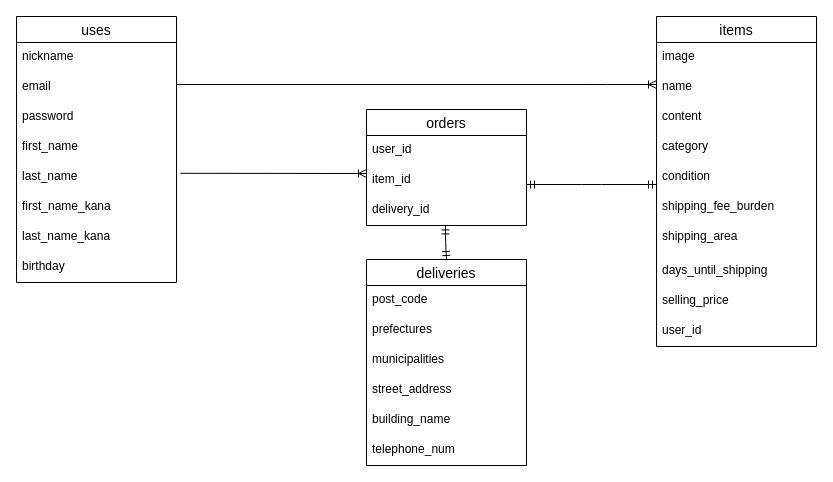
Before: .dio in mimimuu/furima-39854, a draw.io diagram. Source tidied: cells renumbered, new cells numbered last; positions are measured from the earlier drawing's top-left corner, leaving out a move shared by most shapes. Both pictures are drawn from the tidied source at 100%, with x=0, y=0 at pixel (16, 16).
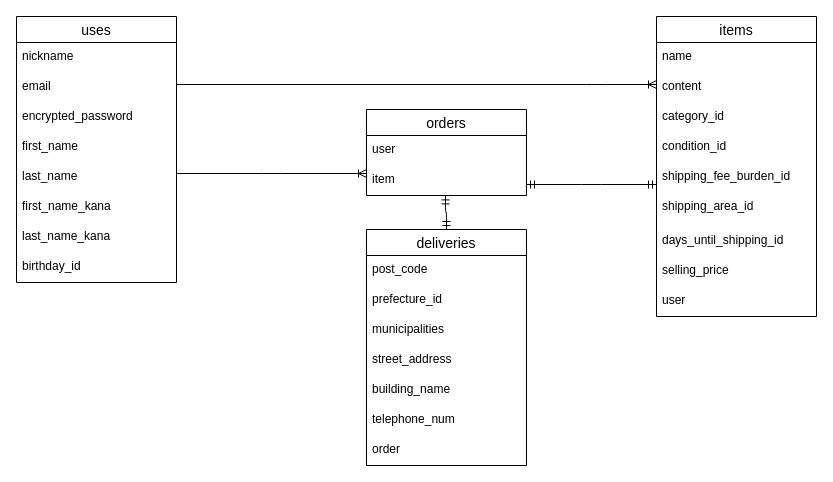
The same diagram, later.

Unchanged cells that the change refers to:
```xml
<mxCell id="2" value="uses" style="swimlane;fontStyle=0;horizontal=1;startSize=26;align=center;fontSize=14;" parent="1" vertex="1">
  <mxGeometry width="160" height="266" as="geometry" />
</mxCell>
```

Diff of the diagram source:
```diff
@@
-    <mxCell id="5" value="password" style="text;strokeColor=none;fillColor=none;spacingLeft=4;spacingRight=4;overflow=hidden;fontSize=12;" parent="2" vertex="1">
+    <mxCell id="5" value="encrypted_password" style="text;strokeColor=none;fillColor=none;spacingLeft=4;spacingRight=4;overflow=hidden;fontSize=12;" parent="2" vertex="1">
       <mxGeometry y="86" width="160" height="30" as="geometry" />
     </mxCell>
@@
-    <mxCell id="10" value="birthday" style="text;strokeColor=none;fillColor=none;spacingLeft=4;spacingRight=4;overflow=hidden;fontSize=12;" parent="2" vertex="1">
+    <mxCell id="10" value="birthday_id" style="text;strokeColor=none;fillColor=none;spacingLeft=4;spacingRight=4;overflow=hidden;fontSize=12;" parent="2" vertex="1">
       <mxGeometry y="236" width="160" height="30" as="geometry" />
     </mxCell>
     <mxCell id="11" value="items" style="swimlane;fontStyle=0;horizontal=1;startSize=26;align=center;fontSize=14;" parent="1" vertex="1">
-      <mxGeometry x="640" width="160" height="330" as="geometry" />
+      <mxGeometry x="640" width="160" height="300" as="geometry" />
     </mxCell>
-    <mxCell id="12" value="image   " style="text;strokeColor=none;fillColor=none;spacingLeft=4;spacingRight=4;overflow=hidden;fontSize=12;" parent="11" vertex="1">
-      <mxGeometry y="26" width="160" height="30" as="geometry" />
-    </mxCell>
     <mxCell id="13" value="name " style="text;strokeColor=none;fillColor=none;spacingLeft=4;spacingRight=4;overflow=hidden;fontSize=12;" parent="11" vertex="1">
-      <mxGeometry y="56" width="160" height="30" as="geometry" />
+      <mxGeometry y="26" width="160" height="30" as="geometry" />
     </mxCell>
     <mxCell id="14" value="content" style="text;strokeColor=none;fillColor=none;spacingLeft=4;spacingRight=4;overflow=hidden;fontSize=12;" parent="11" vertex="1">
-      <mxGeometry y="86" width="160" height="30" as="geometry" />
+      <mxGeometry y="56" width="160" height="30" as="geometry" />
     </mxCell>
-    <mxCell id="15" value="category" style="text;strokeColor=none;fillColor=none;spacingLeft=4;spacingRight=4;overflow=hidden;fontSize=12;" parent="11" vertex="1">
-      <mxGeometry y="116" width="160" height="30" as="geometry" />
+    <mxCell id="15" value="category_id" style="text;strokeColor=none;fillColor=none;spacingLeft=4;spacingRight=4;overflow=hidden;fontSize=12;" parent="11" vertex="1">
+      <mxGeometry y="86" width="160" height="30" as="geometry" />
     </mxCell>
-    <mxCell id="16" value="condition" style="text;strokeColor=none;fillColor=none;spacingLeft=4;spacingRight=4;overflow=hidden;fontSize=12;" parent="11" vertex="1">
-      <mxGeometry y="146" width="160" height="30" as="geometry" />
+    <mxCell id="16" value="condition_id" style="text;strokeColor=none;fillColor=none;spacingLeft=4;spacingRight=4;overflow=hidden;fontSize=12;" parent="11" vertex="1">
+      <mxGeometry y="116" width="160" height="30" as="geometry" />
     </mxCell>
-    <mxCell id="17" value="shipping_fee_burden" style="text;strokeColor=none;fillColor=none;spacingLeft=4;spacingRight=4;overflow=hidden;fontSize=12;" parent="11" vertex="1">
-      <mxGeometry y="176" width="160" height="30" as="geometry" />
+    <mxCell id="17" value="shipping_fee_burden_id" style="text;strokeColor=none;fillColor=none;spacingLeft=4;spacingRight=4;overflow=hidden;fontSize=12;" parent="11" vertex="1">
+      <mxGeometry y="146" width="160" height="30" as="geometry" />
     </mxCell>
-    <mxCell id="18" value="shipping_area" style="text;strokeColor=none;fillColor=none;spacingLeft=4;spacingRight=4;overflow=hidden;fontSize=12;" parent="11" vertex="1">
-      <mxGeometry y="206" width="160" height="34" as="geometry" />
+    <mxCell id="18" value="shipping_area_id" style="text;strokeColor=none;fillColor=none;spacingLeft=4;spacingRight=4;overflow=hidden;fontSize=12;" parent="11" vertex="1">
+      <mxGeometry y="176" width="160" height="34" as="geometry" />
     </mxCell>
-    <mxCell id="19" value="days_until_shipping" style="text;strokeColor=none;fillColor=none;spacingLeft=4;spacingRight=4;overflow=hidden;fontSize=12;" parent="11" vertex="1">
-      <mxGeometry y="240" width="160" height="30" as="geometry" />
+    <mxCell id="19" value="days_until_shipping_id" style="text;strokeColor=none;fillColor=none;spacingLeft=4;spacingRight=4;overflow=hidden;fontSize=12;" parent="11" vertex="1">
+      <mxGeometry y="210" width="160" height="30" as="geometry" />
     </mxCell>
     <mxCell id="20" value="selling_price" style="text;strokeColor=none;fillColor=none;spacingLeft=4;spacingRight=4;overflow=hidden;fontSize=12;" parent="11" vertex="1">
-      <mxGeometry y="270" width="160" height="30" as="geometry" />
+      <mxGeometry y="240" width="160" height="30" as="geometry" />
     </mxCell>
-    <mxCell id="21" value="user_id" style="text;strokeColor=none;fillColor=none;spacingLeft=4;spacingRight=4;overflow=hidden;fontSize=12;" parent="11" vertex="1">
-      <mxGeometry y="300" width="160" height="30" as="geometry" />
+    <mxCell id="21" value="user" style="text;strokeColor=none;fillColor=none;spacingLeft=4;spacingRight=4;overflow=hidden;fontSize=12;" parent="11" vertex="1">
+      <mxGeometry y="270" width="160" height="30" as="geometry" />
     </mxCell>
     <mxCell id="22" value="orders" style="swimlane;fontStyle=0;horizontal=1;startSize=26;align=center;fontSize=14;" parent="1" vertex="1">
-      <mxGeometry x="350" y="93" width="160" height="116" as="geometry" />
+      <mxGeometry x="350" y="93" width="160" height="86" as="geometry" />
     </mxCell>
-    <mxCell id="23" value="user_id" style="text;strokeColor=none;fillColor=none;spacingLeft=4;spacingRight=4;overflow=hidden;fontSize=12;" parent="22" vertex="1">
+    <mxCell id="23" value="user" style="text;strokeColor=none;fillColor=none;spacingLeft=4;spacingRight=4;overflow=hidden;fontSize=12;" parent="22" vertex="1">
       <mxGeometry y="26" width="160" height="30" as="geometry" />
     </mxCell>
-    <mxCell id="24" value="item_id" style="text;strokeColor=none;fillColor=none;spacingLeft=4;spacingRight=4;overflow=hidden;points=[[0,0.5],[1,0.5]];portConstraint=eastwest;fontSize=12;" parent="22" vertex="1">
+    <mxCell id="24" value="item" style="text;strokeColor=none;fillColor=none;spacingLeft=4;spacingRight=4;overflow=hidden;points=[[0,0.5],[1,0.5]];portConstraint=eastwest;fontSize=12;" parent="22" vertex="1">
       <mxGeometry y="56" width="160" height="30" as="geometry" />
     </mxCell>
-    <mxCell id="25" value="delivery_id" style="text;strokeColor=none;fillColor=none;spacingLeft=4;spacingRight=4;overflow=hidden;points=[[0,0.5],[1,0.5]];portConstraint=eastwest;fontSize=12;" parent="22" vertex="1">
-      <mxGeometry y="86" width="160" height="30" as="geometry" />
-    </mxCell>
     <mxCell id="26" value="deliveries" style="swimlane;fontStyle=0;horizontal=1;startSize=26;align=center;fontSize=14;" parent="1" vertex="1">
-      <mxGeometry x="350" y="243" width="160" height="206" as="geometry" />
+      <mxGeometry x="350" y="213" width="160" height="236" as="geometry" />
     </mxCell>
@@
-    <mxCell id="28" value="prefectures" style="text;strokeColor=none;fillColor=none;spacingLeft=4;spacingRight=4;overflow=hidden;fontSize=12;" parent="26" vertex="1">
+    <mxCell id="28" value="prefecture_id" style="text;strokeColor=none;fillColor=none;spacingLeft=4;spacingRight=4;overflow=hidden;fontSize=12;" parent="26" vertex="1">
       <mxGeometry y="56" width="160" height="30" as="geometry" />
     </mxCell>
@@
+    <mxCell id="37" value="order" style="text;strokeColor=none;fillColor=none;spacingLeft=4;spacingRight=4;overflow=hidden;fontSize=12;" parent="26" vertex="1">
+      <mxGeometry y="206" width="160" height="30" as="geometry" />
+    </mxCell>
@@
-    <mxCell id="35" style="edgeStyle=elbowEdgeStyle;fontSize=12;html=1;endArrow=ERoneToMany;elbow=vertical;exitX=1.025;exitY=0.195;exitDx=0;exitDy=0;exitPerimeter=0;" parent="1" edge="1">
+    <mxCell id="35" style="edgeStyle=elbowEdgeStyle;fontSize=12;html=1;endArrow=ERoneToMany;elbow=vertical;" parent="1" edge="1">
       <mxGeometry relative="1" as="geometry">
-        <mxPoint x="164" y="156.8" as="sourcePoint" />
+        <mxPoint x="160" y="157" as="sourcePoint" />
         <mxPoint x="350" y="157" as="targetPoint" />
       </mxGeometry>
     </mxCell>
-    <mxCell id="36" style="edgeStyle=elbowEdgeStyle;fontSize=12;html=1;endArrow=ERmandOne;startArrow=ERmandOne;elbow=vertical;entryX=0.5;entryY=0;entryDx=0;entryDy=0;exitX=0.494;exitY=1.014;exitDx=0;exitDy=0;exitPerimeter=0;" parent="1" edge="1" source="25" target="26">
-      <mxGeometry relative="1" as="geometry" />
+    <mxCell id="36" style="edgeStyle=elbowEdgeStyle;fontSize=12;html=1;endArrow=ERmandOne;startArrow=ERmandOne;elbow=vertical;entryX=0.5;entryY=0;entryDx=0;entryDy=0;exitX=0.494;exitY=1.014;exitDx=0;exitDy=0;exitPerimeter=0;" parent="1" edge="1" target="26">
+      <mxGeometry relative="1" as="geometry">
+        <mxPoint x="429" y="179.4" as="sourcePoint" />
+      </mxGeometry>
     </mxCell>
```
